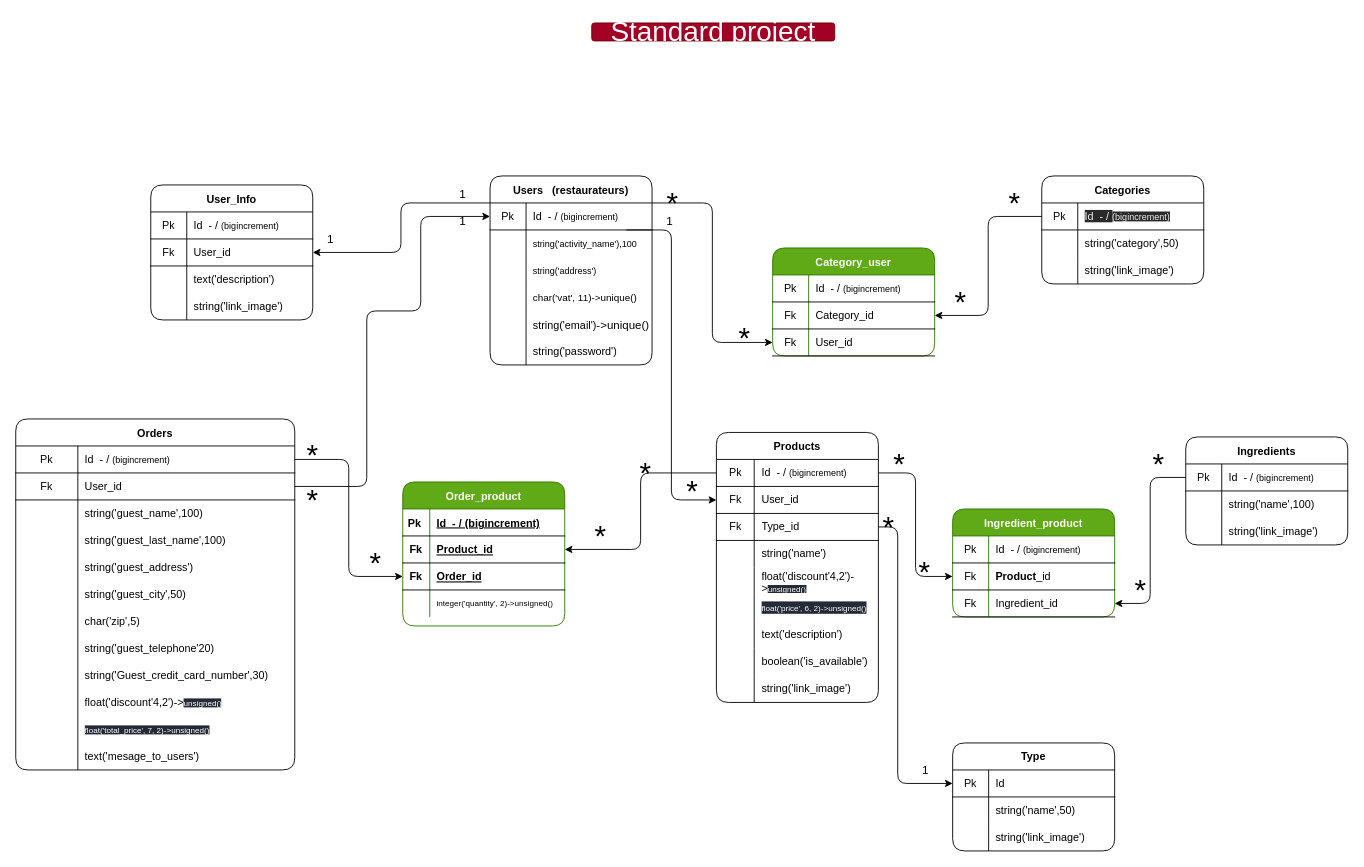
Above: page "Pagina-3" (3 of 3) of diagramma.drawio in Simone-De-Santis/deliver-boo (draw.io), before the change. Source tidied: cells renumbered, new cells numbered last; positions are measured from the earlier drawing's top-left corner, leaving out a move shared by most shapes. Both pictures are drawn from the tidied source at 90%, with x=0, y=0 at pixel (15, 22).
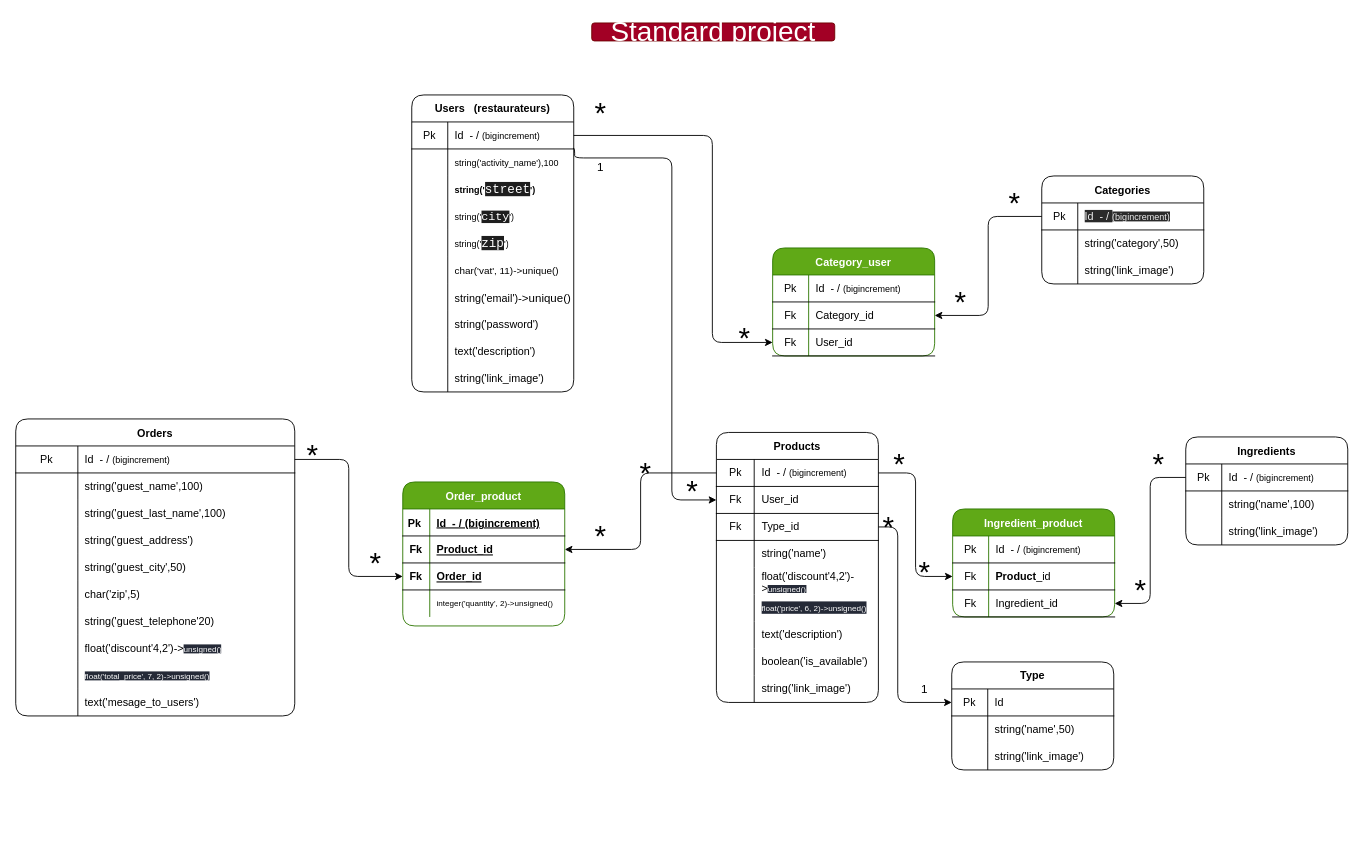
After the change.

Unchanged cells that the change refers to:
```xml
<mxCell id="3" style="shape=partialRectangle;html=1;whiteSpace=wrap;fillColor=none;top=0;left=0;bottom=1;right=0;points=[[0,0.5],[1,0.5]];portConstraint=eastwest;rounded=1;" parent="2" vertex="1">
  <mxGeometry y="30" width="180" height="30" as="geometry" />
</mxCell>
<mxCell id="9" style="shape=partialRectangle;html=1;whiteSpace=wrap;fillColor=none;top=0;left=0;bottom=0;right=0;rounded=1;" parent="2" vertex="1">
  <mxGeometry y="90" width="180" height="30" as="geometry" />
</mxCell>
<mxCell id="38" style="shape=partialRectangle;html=1;whiteSpace=wrap;fillColor=none;top=0;left=0;bottom=1;right=0;points=[[0,0.5],[1,0.5]];portConstraint=eastwest;rounded=1;" parent="31" vertex="1">
  <mxGeometry y="90" width="180" height="30" as="geometry" />
</mxCell>
<mxCell id="67" style="shape=partialRectangle;html=1;whiteSpace=wrap;fillColor=none;top=0;left=0;bottom=1;right=0;points=[[0,0.5],[1,0.5]];portConstraint=eastwest;rounded=1;" parent="63" vertex="1">
  <mxGeometry y="60" width="180" height="30" as="geometry" />
</mxCell>
<mxCell id="70" style="shape=partialRectangle;html=1;whiteSpace=wrap;fillColor=none;top=0;left=0;bottom=1;right=0;points=[[0,0.5],[1,0.5]];portConstraint=eastwest;rounded=1;" parent="63" vertex="1">
  <mxGeometry y="90" width="180" height="30" as="geometry" />
</mxCell>
<mxCell id="180" style="shape=partialRectangle;html=1;whiteSpace=wrap;fillColor=none;top=0;left=0;bottom=1;right=0;points=[[0,0.5],[1,0.5]];portConstraint=eastwest;rounded=1;" parent="179" vertex="1">
  <mxGeometry y="30" width="180" height="30" as="geometry" />
</mxCell>
```

Change to the diagram source:
```diff
@@
     <mxCell id="2" value="Users   (restaurateurs)" style="shape=table;startSize=30;childLayout=tableLayout;rowLines=0;fontStyle=1;align=center;rounded=1;" parent="1" vertex="1">
-      <mxGeometry x="527" y="170" width="180" height="210" as="geometry" />
+      <mxGeometry x="440" y="80" width="180" height="330" as="geometry" />
     </mxCell>
@@
-    <mxCell id="11" value="&lt;font size=&quot;1&quot;&gt;string('address')&lt;/font&gt;" style="shape=partialRectangle;html=1;whiteSpace=wrap;fillColor=none;top=0;left=0;bottom=0;right=0;align=left;spacingLeft=6;overflow=hidden;rounded=1;" parent="9" vertex="1">
+    <mxCell id="11" value="&lt;font size=&quot;1&quot;&gt;&lt;b&gt;string('&lt;/b&gt;&lt;/font&gt;&lt;span style=&quot;background-color: rgb(30 , 30 , 30) ; font-family: &amp;#34;consolas&amp;#34; , &amp;#34;courier new&amp;#34; , monospace ; font-size: 14px&quot;&gt;&lt;font color=&quot;#ffffff&quot;&gt;street&lt;/font&gt;&lt;/span&gt;&lt;b style=&quot;font-size: x-small&quot;&gt;')&lt;/b&gt;" style="shape=partialRectangle;html=1;whiteSpace=wrap;fillColor=none;top=0;left=0;bottom=0;right=0;align=left;spacingLeft=6;overflow=hidden;rounded=1;" parent="9" vertex="1">
       <mxGeometry x="40" width="140" height="30" as="geometry" />
     </mxCell>
+    <mxCell id="57" style="shape=partialRectangle;html=1;whiteSpace=wrap;fillColor=none;top=0;left=0;bottom=0;right=0;rounded=1;" parent="2" vertex="1">
+      <mxGeometry y="120" width="180" height="30" as="geometry" />
+    </mxCell>
+    <mxCell id="193" style="shape=partialRectangle;html=1;whiteSpace=wrap;fillColor=none;top=0;left=0;bottom=0;right=0;overflow=hidden;rounded=1;" parent="57" vertex="1">
+      <mxGeometry width="40" height="30" as="geometry" />
+    </mxCell>
+    <mxCell id="194" value="&lt;font size=&quot;1&quot;&gt;string('&lt;/font&gt;&lt;span style=&quot;background-color: rgb(30 , 30 , 30) ; font-family: &amp;#34;consolas&amp;#34; , &amp;#34;courier new&amp;#34; , monospace&quot;&gt;&lt;font color=&quot;#ffffff&quot; style=&quot;font-size: 13px&quot;&gt;city&lt;/font&gt;&lt;/span&gt;&lt;span style=&quot;font-size: x-small&quot;&gt;')&lt;/span&gt;" style="shape=partialRectangle;html=1;whiteSpace=wrap;fillColor=none;top=0;left=0;bottom=0;right=0;align=left;spacingLeft=6;overflow=hidden;rounded=1;" parent="57" vertex="1">
+      <mxGeometry x="40" width="140" height="30" as="geometry" />
+    </mxCell>
+    <mxCell id="195" style="shape=partialRectangle;html=1;whiteSpace=wrap;fillColor=none;top=0;left=0;bottom=0;right=0;rounded=1;" parent="2" vertex="1">
+      <mxGeometry y="150" width="180" height="30" as="geometry" />
+    </mxCell>
+    <mxCell id="196" style="shape=partialRectangle;html=1;whiteSpace=wrap;fillColor=none;top=0;left=0;bottom=0;right=0;overflow=hidden;rounded=1;" parent="195" vertex="1">
+      <mxGeometry width="40" height="30" as="geometry" />
+    </mxCell>
+    <mxCell id="197" value="&lt;font size=&quot;1&quot;&gt;string('&lt;/font&gt;&lt;span style=&quot;background-color: rgb(30 , 30 , 30) ; font-family: &amp;#34;consolas&amp;#34; , &amp;#34;courier new&amp;#34; , monospace ; font-size: 14px&quot;&gt;&lt;font color=&quot;#ffffff&quot;&gt;zip&lt;/font&gt;&lt;/span&gt;&lt;span style=&quot;font-size: x-small&quot;&gt;')&lt;/span&gt;" style="shape=partialRectangle;html=1;whiteSpace=wrap;fillColor=none;top=0;left=0;bottom=0;right=0;align=left;spacingLeft=6;overflow=hidden;rounded=1;" parent="195" vertex="1">
+      <mxGeometry x="40" width="140" height="30" as="geometry" />
+    </mxCell>
     <mxCell id="12" style="shape=partialRectangle;html=1;whiteSpace=wrap;fillColor=none;top=0;left=0;bottom=0;right=0;rounded=1;" parent="2" vertex="1">
-      <mxGeometry y="120" width="180" height="30" as="geometry" />
+      <mxGeometry y="180" width="180" height="30" as="geometry" />
     </mxCell>
@@
     <mxCell id="15" style="shape=partialRectangle;html=1;whiteSpace=wrap;fillColor=none;top=0;left=0;bottom=0;right=0;rounded=1;" parent="2" vertex="1">
-      <mxGeometry y="150" width="180" height="30" as="geometry" />
+      <mxGeometry y="210" width="180" height="30" as="geometry" />
     </mxCell>
@@
     <mxCell id="18" style="shape=partialRectangle;html=1;whiteSpace=wrap;fillColor=none;top=0;left=0;bottom=0;right=0;rounded=1;" parent="2" vertex="1">
-      <mxGeometry y="180" width="180" height="30" as="geometry" />
+      <mxGeometry y="240" width="180" height="30" as="geometry" />
     </mxCell>
@@
+    <mxCell id="198" style="shape=partialRectangle;html=1;whiteSpace=wrap;fillColor=none;top=0;left=0;bottom=0;right=0;rounded=1;" parent="2" vertex="1">
+      <mxGeometry y="270" width="180" height="30" as="geometry" />
+    </mxCell>
+    <mxCell id="199" style="shape=partialRectangle;html=1;whiteSpace=wrap;fillColor=none;top=0;left=0;bottom=0;right=0;overflow=hidden;rounded=1;" parent="198" vertex="1">
+      <mxGeometry width="40" height="30" as="geometry" />
+    </mxCell>
+    <mxCell id="56" value="text('description')" style="shape=partialRectangle;html=1;whiteSpace=wrap;fillColor=none;top=0;left=0;bottom=0;right=0;align=left;spacingLeft=6;overflow=hidden;rounded=1;" parent="198" vertex="1">
+      <mxGeometry x="40" width="140" height="30" as="geometry" />
+    </mxCell>
+    <mxCell id="200" style="shape=partialRectangle;html=1;whiteSpace=wrap;fillColor=none;top=0;left=0;bottom=0;right=0;rounded=1;" parent="2" vertex="1">
+      <mxGeometry y="300" width="180" height="30" as="geometry" />
+    </mxCell>
+    <mxCell id="201" style="shape=partialRectangle;html=1;whiteSpace=wrap;fillColor=none;top=0;left=0;bottom=0;right=0;overflow=hidden;rounded=1;" parent="200" vertex="1">
+      <mxGeometry width="40" height="30" as="geometry" />
+    </mxCell>
+    <mxCell id="59" value="string('link_image')" style="shape=partialRectangle;html=1;whiteSpace=wrap;fillColor=none;top=0;left=0;bottom=0;right=0;align=left;spacingLeft=6;overflow=hidden;rounded=1;" parent="200" vertex="1">
+      <mxGeometry x="40" width="140" height="30" as="geometry" />
+    </mxCell>
@@
-    <mxCell id="41" style="edgeStyle=orthogonalEdgeStyle;jettySize=auto;html=1;" parent="1" edge="1" source="3" target="38">
+    <mxCell id="41" style="edgeStyle=orthogonalEdgeStyle;jettySize=auto;html=1;exitX=1;exitY=0.5;exitDx=0;exitDy=0;startArrow=none;" parent="1" edge="1" source="3" target="38">
       <mxGeometry relative="1" as="geometry">
         <Array as="points">
-          <mxPoint x="774" y="200" />
+          <mxPoint x="774" y="125" />
           <mxPoint x="774" y="355" />
         </Array>
       </mxGeometry>
     </mxCell>
@@
-    <mxCell id="43" value="&lt;font style=&quot;font-size: 33px&quot;&gt;*&lt;/font&gt;" style="text;html=1;strokeColor=none;fillColor=none;align=center;verticalAlign=middle;whiteSpace=wrap;rounded=1;" parent="1" vertex="1">
-      <mxGeometry x="710" y="190" width="40" height="20" as="geometry" />
-    </mxCell>
@@
-    <mxCell id="47" value="User_Info" style="shape=table;startSize=30;childLayout=tableLayout;rowLines=0;fontStyle=1;align=center;rounded=1;" parent="1" vertex="1">
-      <mxGeometry x="150" y="180" width="180" height="150" as="geometry" />
-    </mxCell>
-    <mxCell id="48" style="shape=partialRectangle;html=1;whiteSpace=wrap;fillColor=none;top=0;left=0;bottom=1;right=0;rounded=1;" parent="47" vertex="1">
-      <mxGeometry y="30" width="180" height="30" as="geometry" />
-    </mxCell>
-    <mxCell id="49" value="Pk" style="shape=partialRectangle;html=1;whiteSpace=wrap;fillColor=none;top=0;left=0;bottom=0;right=0;overflow=hidden;rounded=1;" parent="48" vertex="1">
-      <mxGeometry width="40" height="30" as="geometry" />
-    </mxCell>
-    <mxCell id="50" value="Id&amp;nbsp; - /&amp;nbsp;&lt;font size=&quot;1&quot;&gt;(bigincrement)&lt;/font&gt;" style="shape=partialRectangle;html=1;whiteSpace=wrap;fillColor=none;top=0;left=0;bottom=0;right=0;align=left;spacingLeft=6;overflow=hidden;rounded=1;" parent="48" vertex="1">
-      <mxGeometry x="40" width="140" height="30" as="geometry" />
-    </mxCell>
-    <mxCell id="51" style="shape=partialRectangle;html=1;whiteSpace=wrap;fillColor=none;top=0;left=0;bottom=1;right=0;points=[[0,0.5],[1,0.5]];portConstraint=eastwest;rounded=1;" parent="47" vertex="1">
-      <mxGeometry y="60" width="180" height="30" as="geometry" />
-    </mxCell>
-    <mxCell id="52" value="Fk" style="shape=partialRectangle;html=1;whiteSpace=wrap;fillColor=none;top=0;left=0;bottom=0;right=0;overflow=hidden;rounded=1;" parent="51" vertex="1">
-      <mxGeometry width="40" height="30" as="geometry" />
-    </mxCell>
-    <mxCell id="53" value="User_id" style="shape=partialRectangle;html=1;whiteSpace=wrap;fillColor=none;top=0;left=0;bottom=0;right=0;align=left;spacingLeft=6;overflow=hidden;rounded=1;" parent="51" vertex="1">
-      <mxGeometry x="40" width="140" height="30" as="geometry" />
-    </mxCell>
-    <mxCell id="54" style="shape=partialRectangle;html=1;whiteSpace=wrap;fillColor=none;top=0;left=0;bottom=0;right=0;rounded=1;" parent="47" vertex="1">
-      <mxGeometry y="90" width="180" height="30" as="geometry" />
-    </mxCell>
-    <mxCell id="55" style="shape=partialRectangle;html=1;whiteSpace=wrap;fillColor=none;top=0;left=0;bottom=0;right=0;overflow=hidden;rounded=1;" parent="54" vertex="1">
-      <mxGeometry width="40" height="30" as="geometry" />
-    </mxCell>
-    <mxCell id="56" value="text('description')" style="shape=partialRectangle;html=1;whiteSpace=wrap;fillColor=none;top=0;left=0;bottom=0;right=0;align=left;spacingLeft=6;overflow=hidden;rounded=1;" parent="54" vertex="1">
-      <mxGeometry x="40" width="140" height="30" as="geometry" />
-    </mxCell>
-    <mxCell id="57" style="shape=partialRectangle;html=1;whiteSpace=wrap;fillColor=none;top=0;left=0;bottom=0;right=0;rounded=1;" parent="47" vertex="1">
-      <mxGeometry y="120" width="180" height="30" as="geometry" />
-    </mxCell>
-    <mxCell id="58" style="shape=partialRectangle;html=1;whiteSpace=wrap;fillColor=none;top=0;left=0;bottom=0;right=0;overflow=hidden;rounded=1;" parent="57" vertex="1">
-      <mxGeometry width="40" height="30" as="geometry" />
-    </mxCell>
-    <mxCell id="59" value="string('link_image')" style="shape=partialRectangle;html=1;whiteSpace=wrap;fillColor=none;top=0;left=0;bottom=0;right=0;align=left;spacingLeft=6;overflow=hidden;rounded=1;" parent="57" vertex="1">
-      <mxGeometry x="40" width="140" height="30" as="geometry" />
-    </mxCell>
-    <mxCell id="60" style="edgeStyle=orthogonalEdgeStyle;jettySize=auto;html=1;entryX=1;entryY=0.5;entryDx=0;entryDy=0;" parent="1" edge="1" source="3" target="51">
-      <mxGeometry relative="1" as="geometry">
-        <Array as="points">
-          <mxPoint x="428" y="200" />
-          <mxPoint x="428" y="255" />
-        </Array>
-      </mxGeometry>
-    </mxCell>
-    <mxCell id="61" value="&lt;font style=&quot;font-size: 13px&quot;&gt;1&lt;/font&gt;" style="text;html=1;strokeColor=none;fillColor=none;align=center;verticalAlign=middle;whiteSpace=wrap;rounded=1;" parent="1" vertex="1">
-      <mxGeometry x="477" y="180" width="40" height="20" as="geometry" />
-    </mxCell>
-    <mxCell id="62" value="&lt;font style=&quot;font-size: 13px&quot;&gt;1&lt;/font&gt;" style="text;html=1;strokeColor=none;fillColor=none;align=center;verticalAlign=middle;whiteSpace=wrap;rounded=1;" parent="1" vertex="1">
-      <mxGeometry x="330" y="230" width="40" height="20" as="geometry" />
-    </mxCell>
@@
-    <mxCell id="91" style="edgeStyle=orthogonalEdgeStyle;jettySize=auto;html=1;entryX=0;entryY=0.5;entryDx=0;entryDy=0;" parent="1" edge="1" target="67">
+    <mxCell id="91" style="edgeStyle=orthogonalEdgeStyle;jettySize=auto;html=1;entryX=0;entryY=0.5;entryDx=0;entryDy=0;exitX=0.996;exitY=0.979;exitDx=0;exitDy=0;exitPerimeter=0;" parent="1" edge="1" source="3" target="67">
       <mxGeometry relative="1" as="geometry">
-        <mxPoint x="678.5" y="230" as="sourcePoint" />
         <Array as="points">
-          <mxPoint x="728.5" y="230" />
-          <mxPoint x="728.5" y="530" />
+          <mxPoint x="621" y="139" />
+          <mxPoint x="621" y="150" />
+          <mxPoint x="729" y="150" />
+          <mxPoint x="729" y="530" />
         </Array>
       </mxGeometry>
     </mxCell>
@@
     <mxCell id="93" value="&lt;font style=&quot;font-size: 13px&quot;&gt;1&lt;/font&gt;" style="text;html=1;strokeColor=none;fillColor=none;align=center;verticalAlign=middle;whiteSpace=wrap;rounded=1;" parent="1" vertex="1">
-      <mxGeometry x="707" y="210" width="40" height="20" as="geometry" />
+      <mxGeometry x="630" y="150" width="40" height="20" as="geometry" />
     </mxCell>
@@
     <mxCell id="120" value="Orders" style="shape=table;startSize=30;childLayout=tableLayout;rowLines=0;fontStyle=1;align=center;rounded=1;" parent="1" vertex="1">
-      <mxGeometry y="440" width="310" height="390" as="geometry" />
+      <mxGeometry y="440" width="310" height="330" as="geometry" />
     </mxCell>
@@
-    <mxCell id="124" style="shape=partialRectangle;html=1;whiteSpace=wrap;fillColor=none;top=0;left=0;bottom=1;right=0;points=[[0,0.5],[1,0.5]];portConstraint=eastwest;rounded=1;" parent="120" vertex="1">
-      <mxGeometry y="60" width="310" height="30" as="geometry" />
-    </mxCell>
-    <mxCell id="125" value="Fk" style="shape=partialRectangle;html=1;whiteSpace=wrap;fillColor=none;top=0;left=0;bottom=0;right=0;overflow=hidden;rounded=1;" parent="124" vertex="1">
-      <mxGeometry width="69" height="30" as="geometry" />
-    </mxCell>
-    <mxCell id="126" value="User_id" style="shape=partialRectangle;html=1;whiteSpace=wrap;fillColor=none;top=0;left=0;bottom=0;right=0;align=left;spacingLeft=6;overflow=hidden;rounded=1;" parent="124" vertex="1">
-      <mxGeometry x="69" width="241" height="30" as="geometry" />
-    </mxCell>
     <mxCell id="127" style="shape=partialRectangle;html=1;whiteSpace=wrap;fillColor=none;top=0;left=0;bottom=0;right=0;rounded=1;" parent="120" vertex="1">
-      <mxGeometry y="90" width="310" height="30" as="geometry" />
+      <mxGeometry y="60" width="310" height="30" as="geometry" />
     </mxCell>
@@
     <mxCell id="130" style="shape=partialRectangle;html=1;whiteSpace=wrap;fillColor=none;top=0;left=0;bottom=0;right=0;rounded=1;" parent="120" vertex="1">
-      <mxGeometry y="120" width="310" height="30" as="geometry" />
+      <mxGeometry y="90" width="310" height="30" as="geometry" />
     </mxCell>
@@
     <mxCell id="133" style="shape=partialRectangle;html=1;whiteSpace=wrap;fillColor=none;top=0;left=0;bottom=0;right=0;rounded=1;" parent="120" vertex="1">
-      <mxGeometry y="150" width="310" height="30" as="geometry" />
+      <mxGeometry y="120" width="310" height="30" as="geometry" />
     </mxCell>
@@
     <mxCell id="136" style="shape=partialRectangle;html=1;whiteSpace=wrap;fillColor=none;top=0;left=0;bottom=0;right=0;rounded=1;" parent="120" vertex="1">
-      <mxGeometry y="180" width="310" height="30" as="geometry" />
+      <mxGeometry y="150" width="310" height="30" as="geometry" />
     </mxCell>
@@
     <mxCell id="139" style="shape=partialRectangle;html=1;whiteSpace=wrap;fillColor=none;top=0;left=0;bottom=0;right=0;rounded=1;" parent="120" vertex="1">
-      <mxGeometry y="210" width="310" height="30" as="geometry" />
+      <mxGeometry y="180" width="310" height="30" as="geometry" />
     </mxCell>
@@
     <mxCell id="142" style="shape=partialRectangle;html=1;whiteSpace=wrap;fillColor=none;top=0;left=0;bottom=0;right=0;rounded=1;" parent="120" vertex="1">
-      <mxGeometry y="240" width="310" height="30" as="geometry" />
+      <mxGeometry y="210" width="310" height="30" as="geometry" />
     </mxCell>
@@
-    <mxCell id="145" style="shape=partialRectangle;html=1;whiteSpace=wrap;fillColor=none;top=0;left=0;bottom=0;right=0;rounded=1;" parent="120" vertex="1">
-      <mxGeometry y="270" width="310" height="30" as="geometry" />
-    </mxCell>
-    <mxCell id="146" style="shape=partialRectangle;html=1;whiteSpace=wrap;fillColor=none;top=0;left=0;bottom=0;right=0;overflow=hidden;rounded=1;" parent="145" vertex="1">
-      <mxGeometry width="69" height="30" as="geometry" />
-    </mxCell>
-    <mxCell id="147" value="string('Guest_credit_card_number',30)" style="shape=partialRectangle;html=1;whiteSpace=wrap;fillColor=none;top=0;left=0;bottom=0;right=0;align=left;spacingLeft=6;overflow=hidden;rounded=1;" parent="145" vertex="1">
-      <mxGeometry x="69" width="241" height="30" as="geometry" />
-    </mxCell>
     <mxCell id="148" style="shape=partialRectangle;html=1;whiteSpace=wrap;fillColor=none;top=0;left=0;bottom=0;right=0;rounded=1;" parent="120" vertex="1">
-      <mxGeometry y="300" width="310" height="30" as="geometry" />
+      <mxGeometry y="240" width="310" height="30" as="geometry" />
     </mxCell>
@@
     <mxCell id="151" style="shape=partialRectangle;html=1;whiteSpace=wrap;fillColor=none;top=0;left=0;bottom=0;right=0;rounded=1;" parent="120" vertex="1">
-      <mxGeometry y="330" width="310" height="30" as="geometry" />
+      <mxGeometry y="270" width="310" height="30" as="geometry" />
     </mxCell>
@@
     <mxCell id="154" style="shape=partialRectangle;html=1;whiteSpace=wrap;fillColor=none;top=0;left=0;bottom=0;right=0;rounded=1;" parent="120" vertex="1">
-      <mxGeometry y="360" width="310" height="30" as="geometry" />
+      <mxGeometry y="300" width="310" height="30" as="geometry" />
     </mxCell>
@@
-    <mxCell id="157" value="&lt;font style=&quot;font-size: 13px&quot;&gt;1&lt;/font&gt;" style="text;html=1;strokeColor=none;fillColor=none;align=center;verticalAlign=middle;whiteSpace=wrap;rounded=1;" parent="1" vertex="1">
-      <mxGeometry x="477" y="210" width="40" height="20" as="geometry" />
-    </mxCell>
-    <mxCell id="158" value="&lt;font style=&quot;font-size: 33px&quot;&gt;*&lt;/font&gt;" style="text;html=1;strokeColor=none;fillColor=none;align=center;verticalAlign=middle;whiteSpace=wrap;rounded=1;" parent="1" vertex="1">
-      <mxGeometry x="310" y="520" width="40" height="20" as="geometry" />
-    </mxCell>
@@
     <mxCell id="179" value="Type" style="shape=table;startSize=30;childLayout=tableLayout;rowLines=0;fontStyle=1;align=center;rounded=1;" parent="1" vertex="1">
-      <mxGeometry x="1041" y="800" width="180" height="120" as="geometry" />
+      <mxGeometry x="1040" y="710" width="180" height="120" as="geometry" />
     </mxCell>
@@
     <mxCell id="190" value="&lt;font style=&quot;font-size: 13px&quot;&gt;1&lt;/font&gt;" style="text;html=1;strokeColor=none;fillColor=none;align=center;verticalAlign=middle;whiteSpace=wrap;rounded=1;" parent="1" vertex="1">
-      <mxGeometry x="991" y="820" width="40" height="20" as="geometry" />
+      <mxGeometry x="990" y="730" width="40" height="20" as="geometry" />
     </mxCell>
     <mxCell id="191" style="edgeStyle=orthogonalEdgeStyle;jettySize=auto;html=1;entryX=0;entryY=0.5;entryDx=0;entryDy=0;" parent="1" edge="1" source="70" target="180">
       <mxGeometry relative="1" as="geometry">
         <Array as="points">
           <mxPoint x="980" y="560" />
-          <mxPoint x="980" y="845" />
+          <mxPoint x="980" y="755" />
         </Array>
       </mxGeometry>
     </mxCell>
-    <mxCell id="192" style="edgeStyle=orthogonalEdgeStyle;jettySize=auto;html=1;entryX=0;entryY=0.5;entryDx=0;entryDy=0;" parent="1" edge="1" source="124" target="3">
-      <mxGeometry relative="1" as="geometry">
-        <Array as="points">
-          <mxPoint x="390" y="515" />
-          <mxPoint x="390" y="320" />
-          <mxPoint x="450" y="320" />
-          <mxPoint x="450" y="215" />
-        </Array>
-      </mxGeometry>
-    </mxCell>
+    <mxCell id="43" value="&lt;font style=&quot;font-size: 33px&quot;&gt;*&lt;/font&gt;" style="text;html=1;strokeColor=none;fillColor=none;align=center;verticalAlign=middle;whiteSpace=wrap;rounded=1;" parent="1" vertex="1">
+      <mxGeometry x="630" y="90" width="40" height="20" as="geometry" />
+    </mxCell>
```
